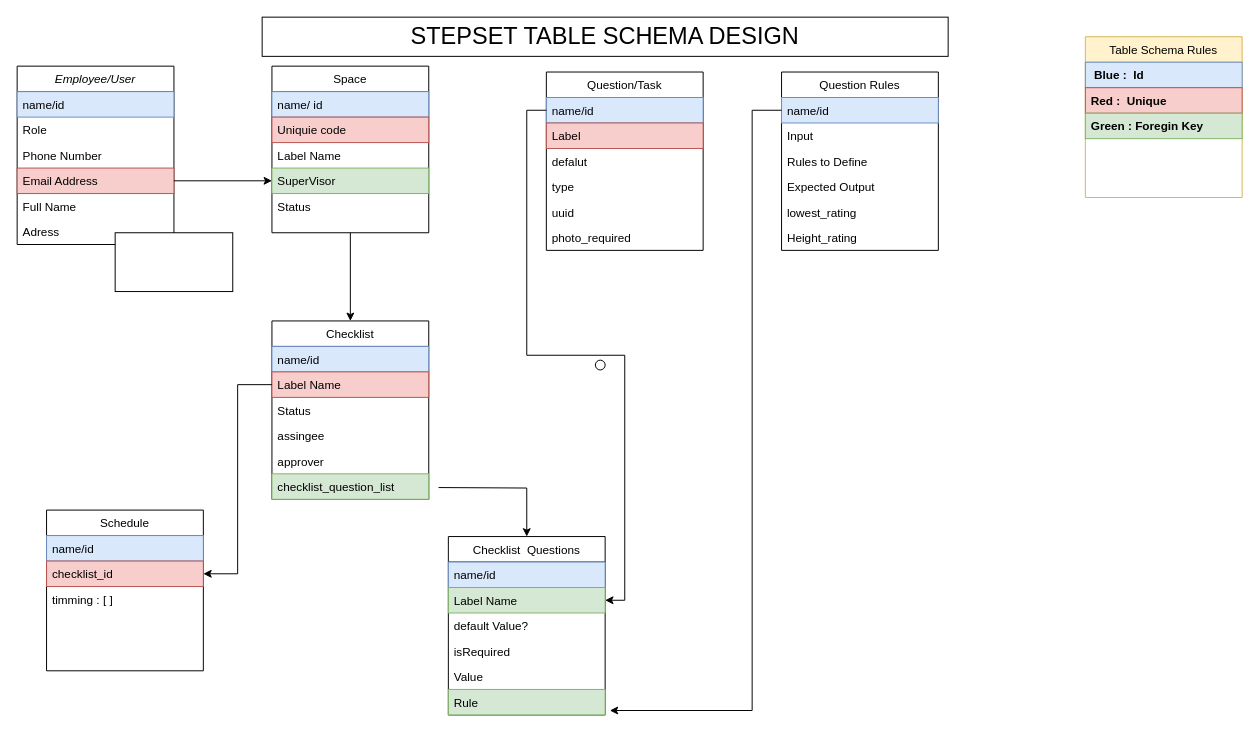
This is Untitled Diagram.drawio from aixart12/weatherapp, a draw.io file, before an edit. Source tidied: cells renumbered, new cells numbered last; positions are measured from the earlier drawing's top-left corner, leaving out a move shared by most shapes. Both pictures are drawn from the tidied source at 98%, with x=0, y=0 at pixel (17, 17).
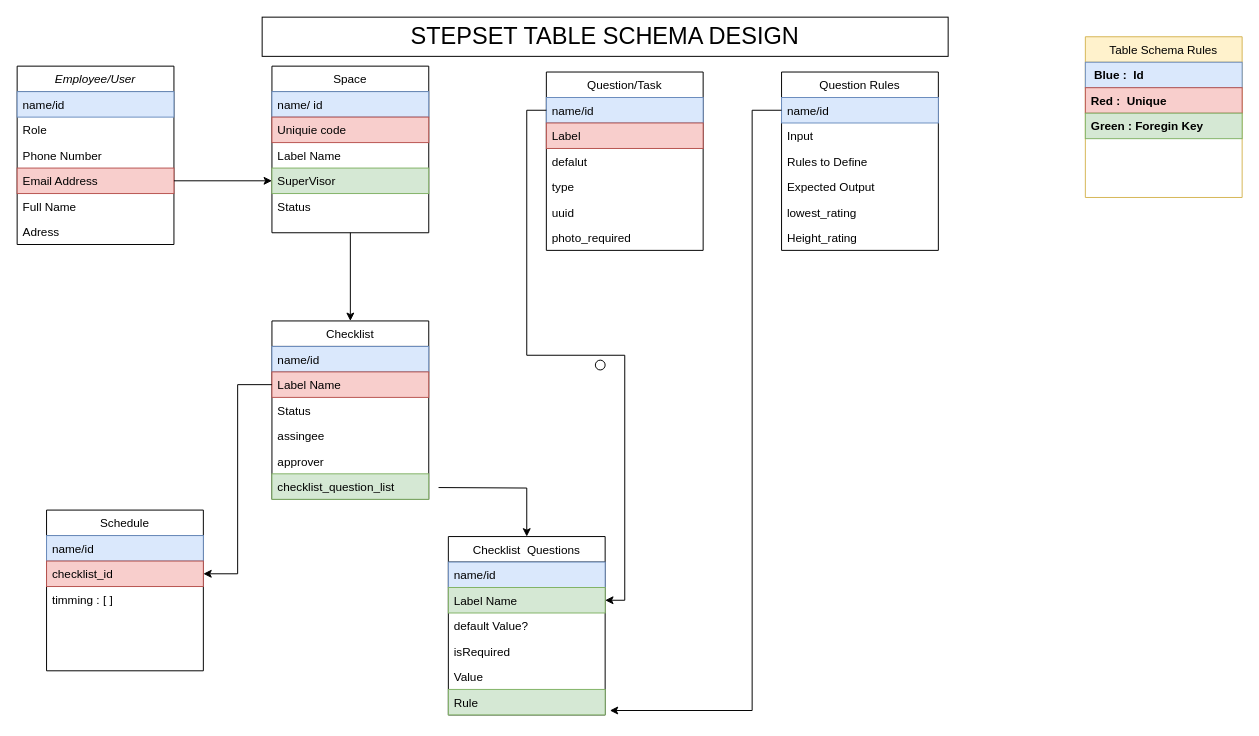
The same page after the edit.

Change to the diagram source:
```diff
@@
-    <mxCell id="59" style="whiteSpace=wrap;html=1;" parent="1" vertex="1">
-      <mxGeometry x="100" y="220" width="120" height="60" as="geometry" />
-    </mxCell>
```
